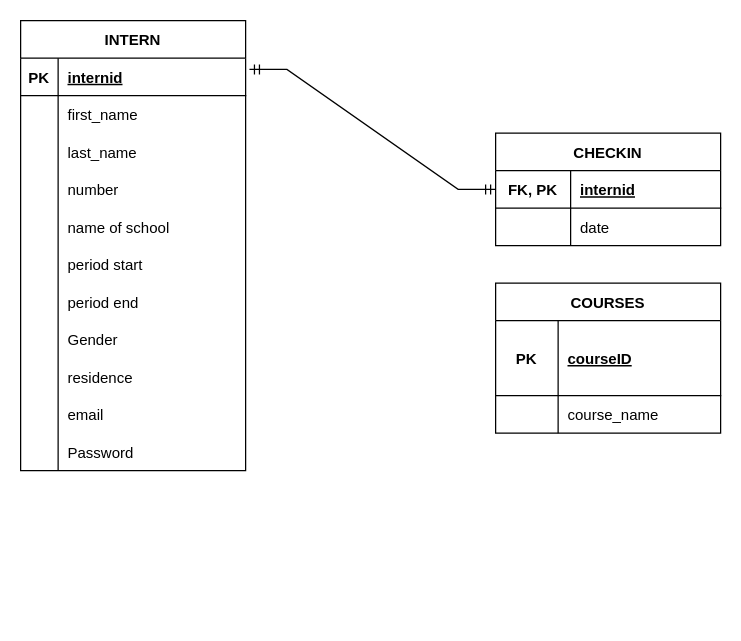
Before: dbdesign.drawio in nteclabs/internManagementSys, a draw.io diagram. Source tidied: cells renumbered, new cells numbered last; positions are measured from the earlier drawing's top-left corner, leaving out a move shared by most shapes. Both pictures are drawn from the tidied source at 125%, with x=0, y=0 at pixel (20, 20).
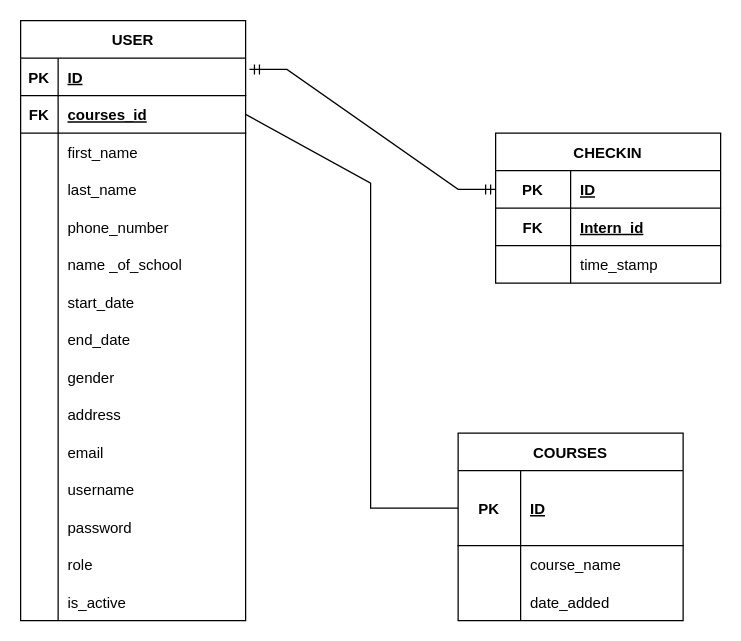
Above is the later version.

The change refers to these unchanged cells:
```xml
<mxCell id="3" style="shape=tableRow;horizontal=0;startSize=0;swimlaneHead=0;swimlaneBody=0;fillColor=none;points=[[0,0.5],[1,0.5]];portConstraint=eastwest;top=0;left=0;right=0;bottom=1;" parent="2" vertex="1">
  <mxGeometry y="30" width="180" height="30" as="geometry" />
</mxCell>
<mxCell id="37" style="shape=tableRow;horizontal=0;startSize=0;swimlaneHead=0;swimlaneBody=0;fillColor=none;points=[[0,0.5],[1,0.5]];portConstraint=eastwest;top=0;left=0;right=0;bottom=1;" parent="36" vertex="1">
  <mxGeometry y="30" width="180" height="30" as="geometry" />
</mxCell>
<mxCell id="45" style="shape=tableRow;horizontal=0;startSize=0;swimlaneHead=0;swimlaneBody=0;fillColor=none;points=[[0,0.5],[1,0.5]];portConstraint=eastwest;top=0;left=0;right=0;bottom=1;" parent="44" vertex="1">
  <mxGeometry y="30" width="180" height="60" as="geometry" />
</mxCell>
```

What changed in the source:
```diff
@@
-    <mxCell id="2" value="INTERN" style="shape=table;startSize=30;childLayout=tableLayout;rowLines=0;fontStyle=1;align=center;" parent="1" vertex="1">
-      <mxGeometry width="180" height="360" as="geometry" />
+    <mxCell id="2" value="USER" style="shape=table;startSize=30;childLayout=tableLayout;rowLines=0;fontStyle=1;align=center;" parent="1" vertex="1">
+      <mxGeometry width="180" height="480" as="geometry" />
     </mxCell>
@@
-    <mxCell id="5" value="internid" style="shape=partialRectangle;fillColor=none;top=0;left=0;bottom=0;right=0;align=left;spacingLeft=6;fontStyle=5;overflow=hidden;" parent="3" vertex="1">
+    <mxCell id="5" value="ID" style="shape=partialRectangle;fillColor=none;top=0;left=0;bottom=0;right=0;align=left;spacingLeft=6;fontStyle=5;overflow=hidden;" parent="3" vertex="1">
       <mxGeometry x="30" width="150" height="30" as="geometry" />
     </mxCell>
+    <mxCell id="51" style="shape=tableRow;horizontal=0;startSize=0;swimlaneHead=0;swimlaneBody=0;fillColor=none;points=[[0,0.5],[1,0.5]];portConstraint=eastwest;top=0;left=0;right=0;bottom=1;" parent="2" vertex="1">
+      <mxGeometry y="60" width="180" height="30" as="geometry" />
+    </mxCell>
+    <mxCell id="52" value="FK" style="shape=partialRectangle;fillColor=none;top=0;left=0;bottom=0;right=0;fontStyle=1;overflow=hidden;" parent="51" vertex="1">
+      <mxGeometry width="30" height="30" as="geometry" />
+    </mxCell>
+    <mxCell id="53" value="courses_id" style="shape=partialRectangle;fillColor=none;top=0;left=0;bottom=0;right=0;align=left;spacingLeft=6;fontStyle=5;overflow=hidden;" parent="51" vertex="1">
+      <mxGeometry x="30" width="150" height="30" as="geometry" />
+    </mxCell>
     <mxCell id="6" style="shape=tableRow;horizontal=0;startSize=0;swimlaneHead=0;swimlaneBody=0;fillColor=none;top=0;left=0;right=0;bottom=0;" parent="2" vertex="1">
-      <mxGeometry y="60" width="180" height="30" as="geometry" />
+      <mxGeometry y="90" width="180" height="30" as="geometry" />
     </mxCell>
@@
     <mxCell id="9" style="shape=tableRow;horizontal=0;startSize=0;swimlaneHead=0;swimlaneBody=0;fillColor=none;top=0;left=0;right=0;bottom=0;" parent="2" vertex="1">
-      <mxGeometry y="90" width="180" height="30" as="geometry" />
+      <mxGeometry y="120" width="180" height="30" as="geometry" />
     </mxCell>
@@
     <mxCell id="12" style="shape=tableRow;horizontal=0;startSize=0;swimlaneHead=0;swimlaneBody=0;fillColor=none;top=0;left=0;right=0;bottom=0;" parent="2" vertex="1">
-      <mxGeometry y="120" width="180" height="30" as="geometry" />
+      <mxGeometry y="150" width="180" height="30" as="geometry" />
     </mxCell>
@@
-    <mxCell id="14" value="number" style="shape=partialRectangle;fillColor=none;top=0;left=0;bottom=0;right=0;align=left;spacingLeft=6;overflow=hidden;" parent="12" vertex="1">
+    <mxCell id="14" value="phone_number" style="shape=partialRectangle;fillColor=none;top=0;left=0;bottom=0;right=0;align=left;spacingLeft=6;overflow=hidden;" parent="12" vertex="1">
       <mxGeometry x="30" width="150" height="30" as="geometry" />
     </mxCell>
     <mxCell id="15" style="shape=tableRow;horizontal=0;startSize=0;swimlaneHead=0;swimlaneBody=0;fillColor=none;top=0;left=0;right=0;bottom=0;" parent="2" vertex="1">
-      <mxGeometry y="150" width="180" height="30" as="geometry" />
+      <mxGeometry y="180" width="180" height="30" as="geometry" />
     </mxCell>
@@
-    <mxCell id="17" value="name of school" style="shape=partialRectangle;fillColor=none;top=0;left=0;bottom=0;right=0;align=left;spacingLeft=6;overflow=hidden;" parent="15" vertex="1">
+    <mxCell id="17" value="name _of_school" style="shape=partialRectangle;fillColor=none;top=0;left=0;bottom=0;right=0;align=left;spacingLeft=6;overflow=hidden;" parent="15" vertex="1">
       <mxGeometry x="30" width="150" height="30" as="geometry" />
     </mxCell>
     <mxCell id="18" style="shape=tableRow;horizontal=0;startSize=0;swimlaneHead=0;swimlaneBody=0;fillColor=none;top=0;left=0;right=0;bottom=0;" parent="2" vertex="1">
-      <mxGeometry y="180" width="180" height="30" as="geometry" />
+      <mxGeometry y="210" width="180" height="30" as="geometry" />
     </mxCell>
@@
-    <mxCell id="20" value="period start" style="shape=partialRectangle;fillColor=none;top=0;left=0;bottom=0;right=0;align=left;spacingLeft=6;overflow=hidden;" parent="18" vertex="1">
+    <mxCell id="20" value="start_date" style="shape=partialRectangle;fillColor=none;top=0;left=0;bottom=0;right=0;align=left;spacingLeft=6;overflow=hidden;" parent="18" vertex="1">
       <mxGeometry x="30" width="150" height="30" as="geometry" />
     </mxCell>
     <mxCell id="21" style="shape=tableRow;horizontal=0;startSize=0;swimlaneHead=0;swimlaneBody=0;fillColor=none;top=0;left=0;right=0;bottom=0;" parent="2" vertex="1">
-      <mxGeometry y="210" width="180" height="30" as="geometry" />
+      <mxGeometry y="240" width="180" height="30" as="geometry" />
     </mxCell>
@@
-    <mxCell id="23" value="period end" style="shape=partialRectangle;fillColor=none;top=0;left=0;bottom=0;right=0;align=left;spacingLeft=6;overflow=hidden;" parent="21" vertex="1">
+    <mxCell id="23" value="end_date" style="shape=partialRectangle;fillColor=none;top=0;left=0;bottom=0;right=0;align=left;spacingLeft=6;overflow=hidden;" parent="21" vertex="1">
       <mxGeometry x="30" width="150" height="30" as="geometry" />
     </mxCell>
     <mxCell id="24" style="shape=tableRow;horizontal=0;startSize=0;swimlaneHead=0;swimlaneBody=0;fillColor=none;top=0;left=0;right=0;bottom=0;" parent="2" vertex="1">
-      <mxGeometry y="240" width="180" height="30" as="geometry" />
+      <mxGeometry y="270" width="180" height="30" as="geometry" />
     </mxCell>
@@
-    <mxCell id="26" value="Gender" style="shape=partialRectangle;fillColor=none;top=0;left=0;bottom=0;right=0;align=left;spacingLeft=6;overflow=hidden;" parent="24" vertex="1">
+    <mxCell id="26" value="gender" style="shape=partialRectangle;fillColor=none;top=0;left=0;bottom=0;right=0;align=left;spacingLeft=6;overflow=hidden;" parent="24" vertex="1">
       <mxGeometry x="30" width="150" height="30" as="geometry" />
     </mxCell>
     <mxCell id="27" style="shape=tableRow;horizontal=0;startSize=0;swimlaneHead=0;swimlaneBody=0;fillColor=none;top=0;left=0;right=0;bottom=0;" parent="2" vertex="1">
-      <mxGeometry y="270" width="180" height="30" as="geometry" />
+      <mxGeometry y="300" width="180" height="30" as="geometry" />
     </mxCell>
@@
-    <mxCell id="29" value="residence" style="shape=partialRectangle;fillColor=none;top=0;left=0;bottom=0;right=0;align=left;spacingLeft=6;overflow=hidden;" parent="27" vertex="1">
+    <mxCell id="29" value="address" style="shape=partialRectangle;fillColor=none;top=0;left=0;bottom=0;right=0;align=left;spacingLeft=6;overflow=hidden;" parent="27" vertex="1">
       <mxGeometry x="30" width="150" height="30" as="geometry" />
     </mxCell>
     <mxCell id="30" style="shape=tableRow;horizontal=0;startSize=0;swimlaneHead=0;swimlaneBody=0;fillColor=none;top=0;left=0;right=0;bottom=0;" parent="2" vertex="1">
-      <mxGeometry y="300" width="180" height="30" as="geometry" />
+      <mxGeometry y="330" width="180" height="30" as="geometry" />
     </mxCell>
@@
     <mxCell id="33" style="shape=tableRow;horizontal=0;startSize=0;swimlaneHead=0;swimlaneBody=0;fillColor=none;top=0;left=0;right=0;bottom=0;" parent="2" vertex="1">
-      <mxGeometry y="330" width="180" height="30" as="geometry" />
+      <mxGeometry y="360" width="180" height="30" as="geometry" />
     </mxCell>
@@
-    <mxCell id="35" value="Password" style="shape=partialRectangle;fillColor=none;top=0;left=0;bottom=0;right=0;align=left;spacingLeft=6;overflow=hidden;" parent="33" vertex="1">
+    <mxCell id="35" value="username" style="shape=partialRectangle;fillColor=none;top=0;left=0;bottom=0;right=0;align=left;spacingLeft=6;overflow=hidden;" parent="33" vertex="1">
       <mxGeometry x="30" width="150" height="30" as="geometry" />
     </mxCell>
+    <mxCell id="54" style="shape=tableRow;horizontal=0;startSize=0;swimlaneHead=0;swimlaneBody=0;fillColor=none;top=0;left=0;right=0;bottom=0;" parent="2" vertex="1">
+      <mxGeometry y="390" width="180" height="30" as="geometry" />
+    </mxCell>
+    <mxCell id="55" style="shape=partialRectangle;fillColor=none;top=0;left=0;bottom=0;right=0;overflow=hidden;" parent="54" vertex="1">
+      <mxGeometry width="30" height="30" as="geometry" />
+    </mxCell>
+    <mxCell id="56" value="password" style="shape=partialRectangle;fillColor=none;top=0;left=0;bottom=0;right=0;align=left;spacingLeft=6;overflow=hidden;" parent="54" vertex="1">
+      <mxGeometry x="30" width="150" height="30" as="geometry" />
+    </mxCell>
+    <mxCell id="57" style="shape=tableRow;horizontal=0;startSize=0;swimlaneHead=0;swimlaneBody=0;fillColor=none;top=0;left=0;right=0;bottom=0;" parent="2" vertex="1">
+      <mxGeometry y="420" width="180" height="30" as="geometry" />
+    </mxCell>
+    <mxCell id="58" style="shape=partialRectangle;fillColor=none;top=0;left=0;bottom=0;right=0;overflow=hidden;" parent="57" vertex="1">
+      <mxGeometry width="30" height="30" as="geometry" />
+    </mxCell>
+    <mxCell id="59" value="role" style="shape=partialRectangle;fillColor=none;top=0;left=0;bottom=0;right=0;align=left;spacingLeft=6;overflow=hidden;" parent="57" vertex="1">
+      <mxGeometry x="30" width="150" height="30" as="geometry" />
+    </mxCell>
+    <mxCell id="60" style="shape=tableRow;horizontal=0;startSize=0;swimlaneHead=0;swimlaneBody=0;fillColor=none;top=0;left=0;right=0;bottom=0;" parent="2" vertex="1">
+      <mxGeometry y="450" width="180" height="30" as="geometry" />
+    </mxCell>
+    <mxCell id="61" style="shape=partialRectangle;fillColor=none;top=0;left=0;bottom=0;right=0;overflow=hidden;" parent="60" vertex="1">
+      <mxGeometry width="30" height="30" as="geometry" />
+    </mxCell>
+    <mxCell id="62" value="is_active" style="shape=partialRectangle;fillColor=none;top=0;left=0;bottom=0;right=0;align=left;spacingLeft=6;overflow=hidden;" parent="60" vertex="1">
+      <mxGeometry x="30" width="150" height="30" as="geometry" />
+    </mxCell>
     <mxCell id="36" value="CHECKIN" style="shape=table;startSize=30;childLayout=tableLayout;rowLines=0;fontStyle=1;align=center;" parent="1" vertex="1">
-      <mxGeometry x="380" y="90" width="180" height="90" as="geometry" />
+      <mxGeometry x="380" y="90" width="180" height="120" as="geometry" />
     </mxCell>
@@
-    <mxCell id="38" value="FK, PK" style="shape=partialRectangle;fillColor=none;top=0;left=0;bottom=0;right=0;fontStyle=1;overflow=hidden;" parent="37" vertex="1">
+    <mxCell id="38" value="PK" style="shape=partialRectangle;fillColor=none;top=0;left=0;bottom=0;right=0;fontStyle=1;overflow=hidden;" parent="37" vertex="1">
       <mxGeometry width="60" height="30" as="geometry" />
     </mxCell>
-    <mxCell id="39" value="internid" style="shape=partialRectangle;fillColor=none;top=0;left=0;bottom=0;right=0;align=left;spacingLeft=6;fontStyle=5;overflow=hidden;" parent="37" vertex="1">
+    <mxCell id="39" value="ID" style="shape=partialRectangle;fillColor=none;top=0;left=0;bottom=0;right=0;align=left;spacingLeft=6;fontStyle=5;overflow=hidden;" parent="37" vertex="1">
       <mxGeometry x="60" width="120" height="30" as="geometry" />
     </mxCell>
+    <mxCell id="63" style="shape=tableRow;horizontal=0;startSize=0;swimlaneHead=0;swimlaneBody=0;fillColor=none;top=0;left=0;right=0;bottom=1;" parent="36" vertex="1">
+      <mxGeometry y="60" width="180" height="30" as="geometry" />
+    </mxCell>
+    <mxCell id="64" value="FK" style="shape=partialRectangle;fillColor=none;top=0;left=0;bottom=0;right=0;fontStyle=1;overflow=hidden;" parent="63" vertex="1">
+      <mxGeometry width="60" height="30" as="geometry" />
+    </mxCell>
+    <mxCell id="65" value="Intern_id" style="shape=partialRectangle;fillColor=none;top=0;left=0;bottom=0;right=0;align=left;spacingLeft=6;fontStyle=5;overflow=hidden;" parent="63" vertex="1">
+      <mxGeometry x="60" width="120" height="30" as="geometry" />
+    </mxCell>
     <mxCell id="40" style="shape=tableRow;horizontal=0;startSize=0;swimlaneHead=0;swimlaneBody=0;fillColor=none;top=0;left=0;right=0;bottom=0;" parent="36" vertex="1">
-      <mxGeometry y="60" width="180" height="30" as="geometry" />
+      <mxGeometry y="90" width="180" height="30" as="geometry" />
     </mxCell>
@@
-    <mxCell id="42" value="date" style="shape=partialRectangle;fillColor=none;top=0;left=0;bottom=0;right=0;align=left;spacingLeft=6;overflow=hidden;" parent="40" vertex="1">
+    <mxCell id="42" value="time_stamp" style="shape=partialRectangle;fillColor=none;top=0;left=0;bottom=0;right=0;align=left;spacingLeft=6;overflow=hidden;" parent="40" vertex="1">
       <mxGeometry x="60" width="120" height="30" as="geometry" />
     </mxCell>
@@
     <mxCell id="44" value="COURSES" style="shape=table;startSize=30;childLayout=tableLayout;rowLines=0;fontStyle=1;align=center;" parent="1" vertex="1">
-      <mxGeometry x="380" y="210" width="180" height="120" as="geometry" />
+      <mxGeometry x="350" y="330" width="180" height="150" as="geometry" />
     </mxCell>
@@
-    <mxCell id="47" value="courseID" style="shape=partialRectangle;fillColor=none;top=0;left=0;bottom=0;right=0;align=left;spacingLeft=6;fontStyle=5;overflow=hidden;" parent="45" vertex="1">
+    <mxCell id="47" value="ID" style="shape=partialRectangle;fillColor=none;top=0;left=0;bottom=0;right=0;align=left;spacingLeft=6;fontStyle=5;overflow=hidden;" parent="45" vertex="1">
       <mxGeometry x="50" width="130" height="60" as="geometry" />
     </mxCell>
@@
+    <mxCell id="66" style="shape=tableRow;horizontal=0;startSize=0;swimlaneHead=0;swimlaneBody=0;fillColor=none;top=0;left=0;right=0;bottom=0;" parent="44" vertex="1">
+      <mxGeometry y="120" width="180" height="30" as="geometry" />
+    </mxCell>
+    <mxCell id="67" style="shape=partialRectangle;fillColor=none;top=0;left=0;bottom=0;right=0;overflow=hidden;" parent="66" vertex="1">
+      <mxGeometry width="50" height="30" as="geometry" />
+    </mxCell>
+    <mxCell id="68" value="date_added" style="shape=partialRectangle;fillColor=none;top=0;left=0;bottom=0;right=0;align=left;spacingLeft=6;overflow=hidden;" parent="66" vertex="1">
+      <mxGeometry x="50" width="130" height="30" as="geometry" />
+    </mxCell>
+    <mxCell id="69" style="endArrow=none;html=1;rounded=0;entryX=1;entryY=0.5;entryDx=0;entryDy=0;exitX=0;exitY=0.5;exitDx=0;exitDy=0;" parent="1" edge="1" source="45" target="51">
+      <mxGeometry relative="1" as="geometry">
+        <Array as="points">
+          <mxPoint x="280" y="390" />
+          <mxPoint x="280" y="130" />
+        </Array>
+      </mxGeometry>
+    </mxCell>
```
